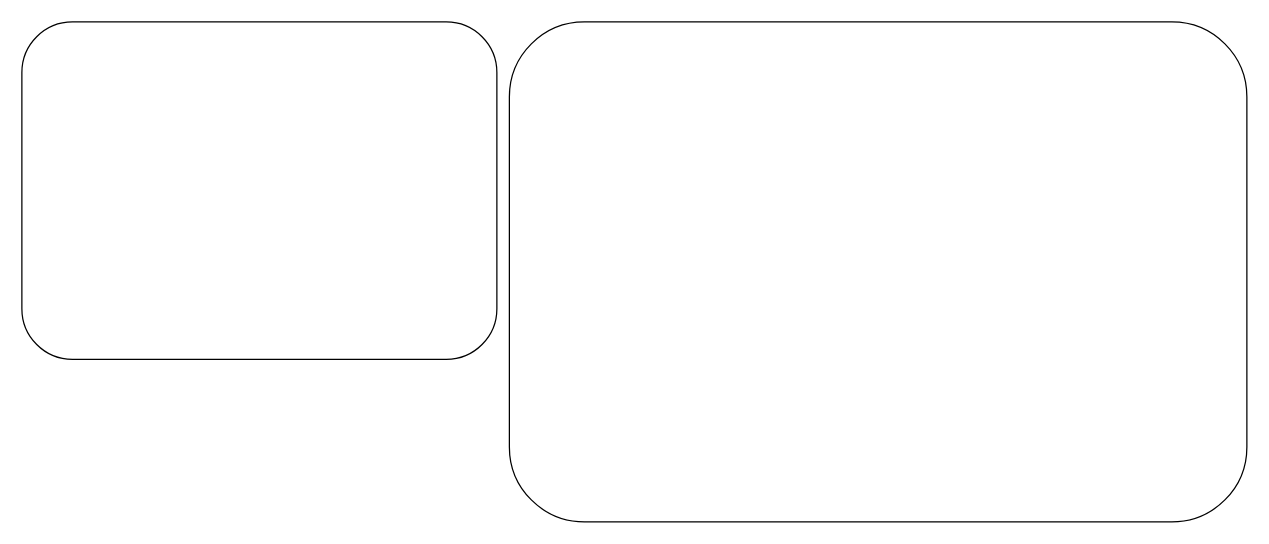
Earlier version of the draw.io diagram 未命名绘图.drawio (ShiShaojie1003/Images). Source tidied: cells renumbered, new cells numbered last; positions are measured from the earlier drawing's top-left corner, leaving out a move shared by most shapes. Both pictures are drawn from the tidied source at 125%, with x=0, y=0 at pixel (21, 21).
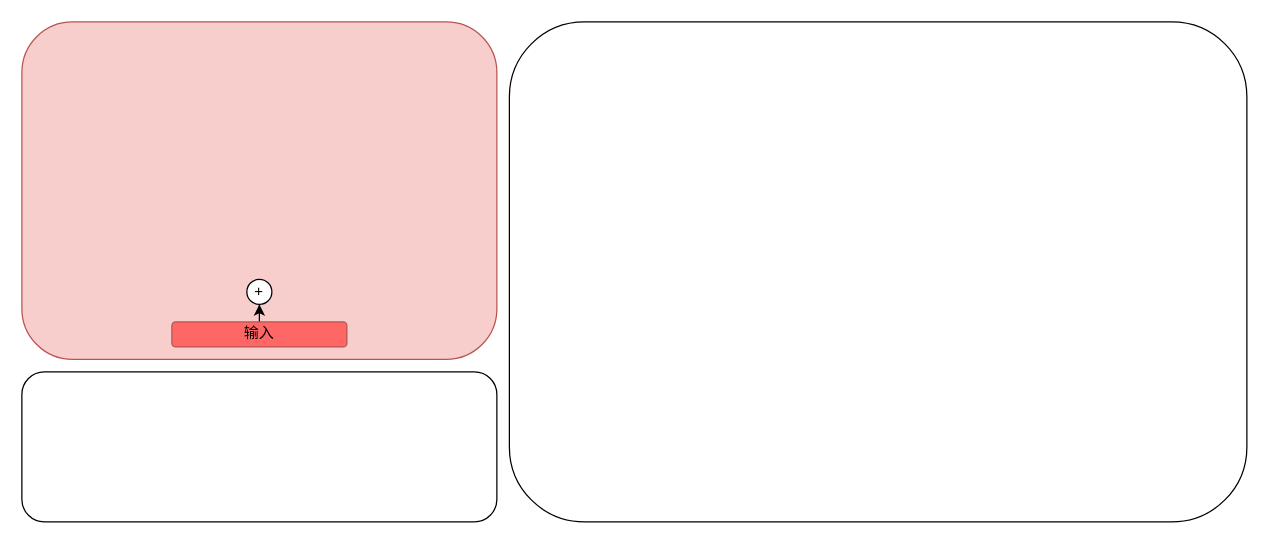
The same page after the edit.

Diff of the diagram source:
```diff
@@
 <mxGraphModel>
   <root>
     <mxCell id="0" />
     <mxCell id="1" parent="0" />
-    <mxCell id="2" style="rounded=1;whiteSpace=wrap;html=1;" parent="1" vertex="1">
+    <mxCell id="2" style="rounded=1;whiteSpace=wrap;html=1;fillColor=#f8cecc;strokeColor=#b85450;" parent="1" vertex="1">
       <mxGeometry width="380" height="270" as="geometry" />
     </mxCell>
     <mxCell id="3" style="rounded=1;whiteSpace=wrap;html=1;" parent="1" vertex="1">
       <mxGeometry x="390" width="590" height="400" as="geometry" />
     </mxCell>
+    <mxCell id="4" style="rounded=1;whiteSpace=wrap;html=1;" parent="1" vertex="1">
+      <mxGeometry y="280" width="380" height="120" as="geometry" />
+    </mxCell>
+    <mxCell id="5" style="edgeStyle=orthogonalEdgeStyle;rounded=0;jettySize=auto;html=1;entryX=0.5;entryY=1;entryDx=0;entryDy=0;" parent="1" edge="1" source="6" target="7">
+      <mxGeometry relative="1" as="geometry" />
+    </mxCell>
+    <mxCell id="6" value="&lt;pre&gt;输入&lt;/pre&gt;" style="rounded=1;whiteSpace=wrap;html=1;fillColor=#FF6666;strokeColor=#b85450;" parent="1" vertex="1">
+      <mxGeometry x="120" y="240" width="140" height="20" as="geometry" />
+    </mxCell>
+    <mxCell id="7" value="+" style="ellipse;whiteSpace=wrap;html=1;" parent="1" vertex="1">
+      <mxGeometry x="180" y="206" width="20" height="20" as="geometry" />
+    </mxCell>
   </root>
 </mxGraphModel>
```
